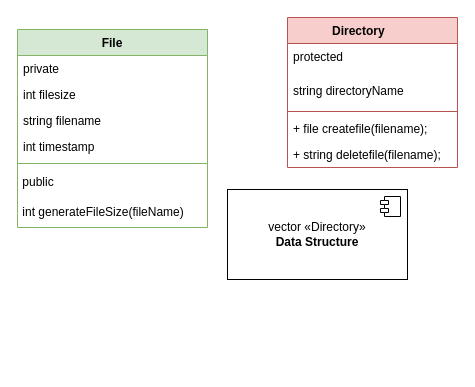
Earlier version of the draw.io diagram FakeFileSystem.drawio (SultanFK1/FakeFileSystem-Assignment). Source tidied: cells renumbered, new cells numbered last; positions are measured from the earlier drawing's top-left corner, leaving out a move shared by most shapes. Both pictures are drawn from the tidied source at 100%, with x=0, y=0 at pixel (17, 17).
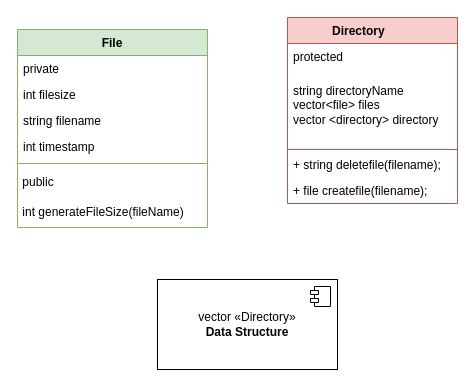
After the change.

The edit, as a diff of the source:
```diff
@@
 <mxGraphModel>
   <root>
     <mxCell id="0" />
     <mxCell id="1" parent="0" />
     <mxCell id="2" value="File" style="swimlane;fontStyle=1;align=center;verticalAlign=top;horizontal=1;startSize=26;whiteSpace=wrap;html=1;fillColor=#d5e8d4;strokeColor=#82b366;" parent="1" vertex="1">
       <mxGeometry y="12" width="190" height="198" as="geometry" />
     </mxCell>
     <mxCell id="3" value="private" style="text;strokeColor=none;fillColor=none;align=left;verticalAlign=top;spacingLeft=4;spacingRight=4;overflow=hidden;whiteSpace=wrap;html=1;" parent="2" vertex="1">
       <mxGeometry y="26" width="190" height="26" as="geometry" />
     </mxCell>
     <mxCell id="4" value="int filesize" style="text;strokeColor=none;fillColor=none;align=left;verticalAlign=top;spacingLeft=4;spacingRight=4;overflow=hidden;whiteSpace=wrap;html=1;" parent="2" vertex="1">
       <mxGeometry y="52" width="190" height="26" as="geometry" />
     </mxCell>
     <mxCell id="5" value="string filename" style="text;strokeColor=none;fillColor=none;align=left;verticalAlign=top;spacingLeft=4;spacingRight=4;overflow=hidden;whiteSpace=wrap;html=1;" parent="2" vertex="1">
       <mxGeometry y="78" width="190" height="26" as="geometry" />
     </mxCell>
     <mxCell id="6" value="int timestamp" style="text;strokeColor=none;fillColor=none;align=left;verticalAlign=top;spacingLeft=4;spacingRight=4;overflow=hidden;whiteSpace=wrap;html=1;" parent="2" vertex="1">
       <mxGeometry y="104" width="190" height="26" as="geometry" />
     </mxCell>
     <mxCell id="7" style="line;strokeWidth=1;fillColor=none;align=left;verticalAlign=middle;spacingTop=-1;spacingLeft=3;spacingRight=3;labelPosition=right;strokeColor=inherit;" parent="2" vertex="1">
       <mxGeometry y="130" width="190" height="8" as="geometry" />
     </mxCell>
     <mxCell id="8" value="&amp;nbsp;public" style="text;html=1;align=left;verticalAlign=middle;strokeColor=none;fillColor=none;" parent="2" vertex="1">
       <mxGeometry y="138" width="190" height="30" as="geometry" />
     </mxCell>
     <mxCell id="9" value="&amp;nbsp;int generateFileSize(fileName)" style="text;html=1;align=left;verticalAlign=middle;strokeColor=none;fillColor=none;" parent="2" vertex="1">
       <mxGeometry y="168" width="190" height="30" as="geometry" />
     </mxCell>
     <mxCell id="10" value="Directory&lt;span style=&quot;white-space: pre;&quot;&gt;&#9;&lt;/span&gt;" style="swimlane;fontStyle=1;align=center;verticalAlign=top;horizontal=1;startSize=26;whiteSpace=wrap;html=1;fillColor=#f8cecc;strokeColor=#b85450;" parent="1" vertex="1">
-      <mxGeometry x="270" width="170" height="150" as="geometry" />
+      <mxGeometry x="270" width="170" height="186" as="geometry" />
     </mxCell>
     <mxCell id="11" value="protected" style="text;strokeColor=none;fillColor=none;align=left;verticalAlign=top;spacingLeft=4;spacingRight=4;overflow=hidden;whiteSpace=wrap;html=1;" parent="10" vertex="1">
       <mxGeometry y="26" width="170" height="34" as="geometry" />
     </mxCell>
-    <mxCell id="12" value="string directoryName" style="text;strokeColor=none;fillColor=none;align=left;verticalAlign=top;spacingLeft=4;spacingRight=4;overflow=hidden;whiteSpace=wrap;html=1;" parent="10" vertex="1">
-      <mxGeometry y="60" width="170" height="30" as="geometry" />
+    <mxCell id="12" value="string directoryName&lt;br&gt;vector&amp;lt;file&amp;gt; files&lt;br&gt;vector &amp;lt;directory&amp;gt; directory" style="text;strokeColor=none;fillColor=none;align=left;verticalAlign=top;spacingLeft=4;spacingRight=4;overflow=hidden;whiteSpace=wrap;html=1;" parent="10" vertex="1">
+      <mxGeometry y="60" width="170" height="70" as="geometry" />
     </mxCell>
     <mxCell id="13" style="line;strokeWidth=1;fillColor=none;align=left;verticalAlign=middle;spacingTop=-1;spacingLeft=3;spacingRight=3;labelPosition=right;strokeColor=inherit;" parent="10" vertex="1">
-      <mxGeometry y="90" width="170" height="8" as="geometry" />
+      <mxGeometry y="130" width="170" height="4" as="geometry" />
     </mxCell>
+    <mxCell id="15" value="+ string deletefile(filename);&amp;nbsp;" style="text;strokeColor=none;fillColor=none;align=left;verticalAlign=top;spacingLeft=4;spacingRight=4;overflow=hidden;whiteSpace=wrap;html=1;" parent="10" vertex="1">
+      <mxGeometry y="134" width="170" height="26" as="geometry" />
+    </mxCell>
     <mxCell id="14" value="+ file createfile(filename);&amp;nbsp;" style="text;strokeColor=none;fillColor=none;align=left;verticalAlign=top;spacingLeft=4;spacingRight=4;overflow=hidden;whiteSpace=wrap;html=1;" parent="10" vertex="1">
-      <mxGeometry y="98" width="170" height="26" as="geometry" />
+      <mxGeometry y="160" width="170" height="26" as="geometry" />
     </mxCell>
-    <mxCell id="15" value="+ string deletefile(filename);&amp;nbsp;" style="text;strokeColor=none;fillColor=none;align=left;verticalAlign=top;spacingLeft=4;spacingRight=4;overflow=hidden;whiteSpace=wrap;html=1;" parent="10" vertex="1">
-      <mxGeometry y="124" width="170" height="26" as="geometry" />
-    </mxCell>
     <mxCell id="16" value="vector «Directory»&lt;br&gt;&lt;b&gt;Data Structure&lt;/b&gt;" style="html=1;whiteSpace=wrap;" parent="1" vertex="1">
-      <mxGeometry x="210" y="172" width="180" height="90" as="geometry" />
+      <mxGeometry x="140" y="262" width="180" height="90" as="geometry" />
     </mxCell>
     <mxCell id="17" style="shape=module;jettyWidth=8;jettyHeight=4;" parent="16" vertex="1">
       <mxGeometry x="1" width="20" height="20" relative="1" as="geometry">
         <mxPoint x="-27" y="7" as="offset" />
       </mxGeometry>
     </mxCell>
   </root>
 </mxGraphModel>
```
